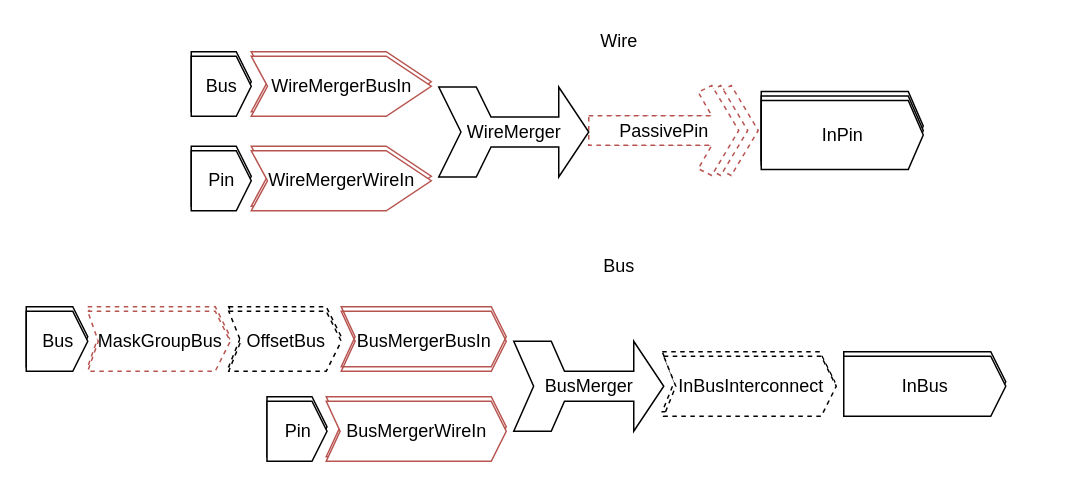
Before: stuff/model.drawio in kopavel/KiCadLogicalSchemeSimulator, a draw.io diagram. Source tidied: cells renumbered, new cells numbered last; positions are measured from the earlier drawing's top-left corner, leaving out a move shared by most shapes. Both pictures are drawn from the tidied source at 150%, with x=0, y=0 at pixel (26, 26).
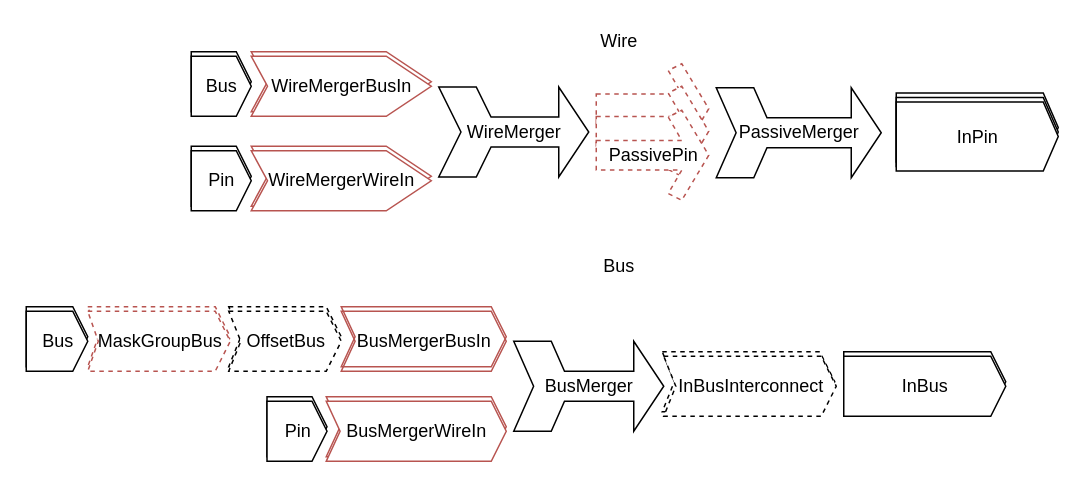
After the change.

The edit, as a diff of the source:
```diff
@@
+    <mxCell id="36" style="html=1;shadow=0;dashed=1;align=center;verticalAlign=middle;shape=mxgraph.arrows2.sharpArrow2;dy1=0.67;dx1=18;dx2=18;dy3=0.15;dx3=27;notch=0;strokeColor=#B85450;" parent="1" vertex="1">
+      <mxGeometry x="380" y="25" width="75" height="60" as="geometry" />
+    </mxCell>
@@
-    <mxCell id="12" style="html=1;shadow=0;dashed=1;align=center;verticalAlign=middle;shape=mxgraph.arrows2.sharpArrow2;dy1=0.67;dx1=18;dx2=18;dy3=0.15;dx3=27;notch=0;strokeColor=#B85450;" parent="1" vertex="1">
-      <mxGeometry x="388" y="39.5" width="100" height="60" as="geometry" />
-    </mxCell>
-    <mxCell id="13" style="html=1;shadow=0;dashed=1;align=center;verticalAlign=middle;shape=mxgraph.arrows2.sharpArrow2;dy1=0.67;dx1=18;dx2=18;dy3=0.15;dx3=27;notch=0;strokeColor=#B85450;" parent="1" vertex="1">
-      <mxGeometry x="381" y="39.5" width="100" height="60" as="geometry" />
-    </mxCell>
@@
-    <mxCell id="15" value="PassivePin" style="html=1;shadow=0;dashed=1;align=center;verticalAlign=middle;shape=mxgraph.arrows2.sharpArrow2;dy1=0.67;dx1=18;dx2=18;dy3=0.15;dx3=27;notch=0;strokeColor=#B85450;" parent="1" vertex="1">
-      <mxGeometry x="375" y="39.5" width="100" height="60" as="geometry" />
+    <mxCell id="15" style="html=1;shadow=0;dashed=1;align=center;verticalAlign=middle;shape=mxgraph.arrows2.sharpArrow2;dy1=0.67;dx1=18;dx2=18;dy3=0.15;dx3=27;notch=0;strokeColor=#B85450;" parent="1" vertex="1">
+      <mxGeometry x="380" y="40" width="75" height="60" as="geometry" />
     </mxCell>
     <mxCell id="16" value="&lt;div style=&quot;background-color: #ffffff ; color: #080808&quot;&gt;&lt;pre style=&quot;font-family: &amp;#34;lucida console&amp;#34; , monospace ; font-size: 9 8pt&quot;&gt;&lt;br&gt;&lt;/pre&gt;&lt;/div&gt;" style="html=1;shadow=0;dashed=0;align=center;verticalAlign=middle;shape=mxgraph.arrows2.arrow;dy=0;dx=10;notch=0;" parent="1" vertex="1">
-      <mxGeometry x="490" y="43.5" width="108" height="46" as="geometry" />
+      <mxGeometry x="580" y="44.5" width="108" height="46" as="geometry" />
     </mxCell>
@@
     <mxCell id="18" value="&lt;div style=&quot;background-color: #ffffff ; color: #080808&quot;&gt;&lt;pre style=&quot;font-family: &amp;#34;lucida console&amp;#34; , monospace ; font-size: 9 8pt&quot;&gt;&lt;br&gt;&lt;/pre&gt;&lt;/div&gt;" style="html=1;shadow=0;dashed=0;align=center;verticalAlign=middle;shape=mxgraph.arrows2.arrow;dy=0;dx=10;notch=0;" parent="1" vertex="1">
-      <mxGeometry x="490" y="46.5" width="108" height="46" as="geometry" />
+      <mxGeometry x="580" y="47.5" width="108" height="46" as="geometry" />
     </mxCell>
     <mxCell id="19" value="InPin" style="html=1;shadow=0;dashed=0;align=center;verticalAlign=middle;shape=mxgraph.arrows2.arrow;dy=0;dx=10;notch=0;" parent="1" vertex="1">
-      <mxGeometry x="490" y="49.5" width="108" height="46" as="geometry" />
+      <mxGeometry x="580" y="50.5" width="108" height="46" as="geometry" />
     </mxCell>
@@
+    <mxCell id="37" value="PassivePin" style="html=1;shadow=0;dashed=1;align=center;verticalAlign=middle;shape=mxgraph.arrows2.sharpArrow2;dy1=0.67;dx1=18;dx2=18;dy3=0.15;dx3=27;notch=0;strokeColor=#B85450;" parent="1" vertex="1">
+      <mxGeometry x="380" y="56" width="75" height="60" as="geometry" />
+    </mxCell>
+    <mxCell id="38" value="PassiveMerger" style="html=1;shadow=0;dashed=0;align=center;verticalAlign=middle;shape=mxgraph.arrows2.tailedNotchedArrow;dy1=10;dx1=20;notch=13.24;arrowHead=20;dx2=25;dy2=30;" parent="1" vertex="1">
+      <mxGeometry x="460" y="41" width="110" height="60" as="geometry" />
+    </mxCell>
```
